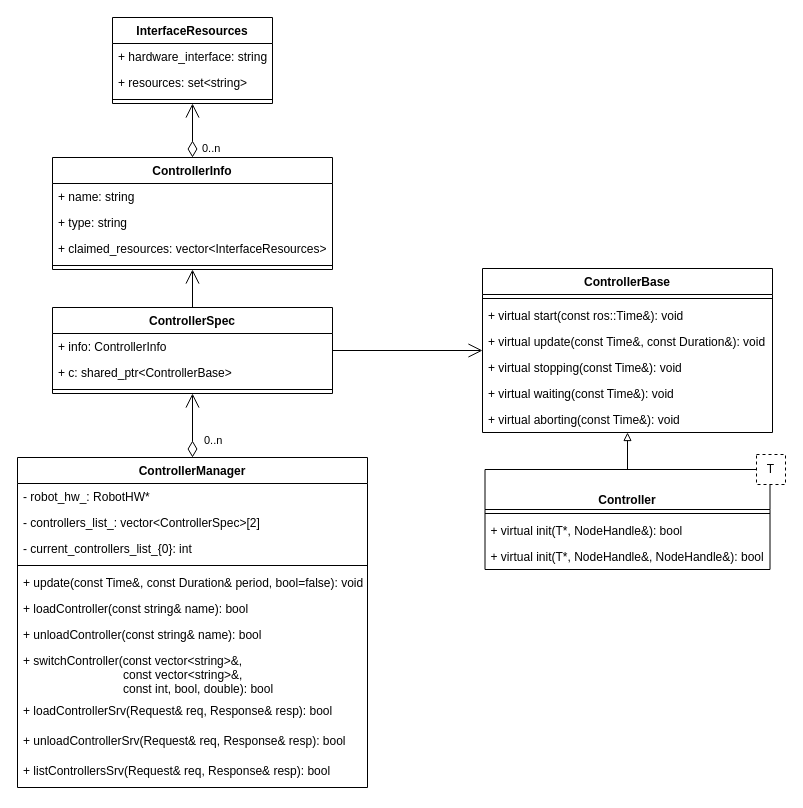
Before: page "Page-2" (2 of 2) of ros_control/ros_control.drawio in hitgavin/diagrams, a draw.io diagram. Source tidied: cells renumbered, new cells numbered last; positions are measured from the earlier drawing's top-left corner, leaving out a move shared by most shapes. Both pictures are drawn from the tidied source at 100%, with x=0, y=0 at pixel (17, 17).
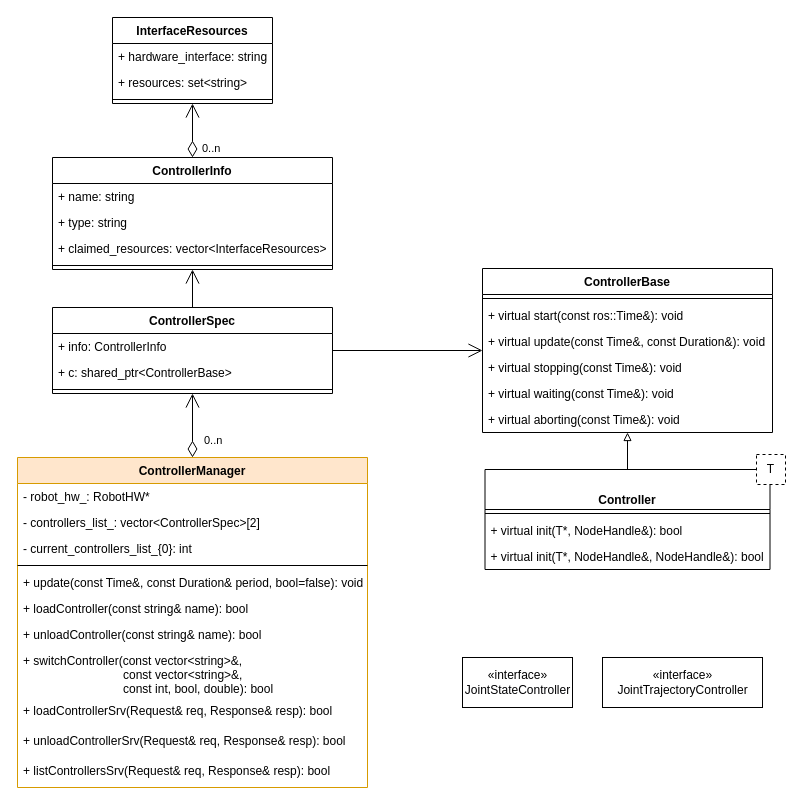
Above is the later version.

Diff of the diagram source:
```diff
@@
-    <mxCell id="25" value="ControllerManager" style="swimlane;fontStyle=1;align=center;verticalAlign=top;horizontal=1;startSize=26;" parent="1" vertex="1">
+    <mxCell id="25" value="ControllerManager" style="swimlane;fontStyle=1;align=center;verticalAlign=top;horizontal=1;startSize=26;fillColor=#ffe6cc;strokeColor=#d79b00;" parent="1" vertex="1">
       <mxGeometry y="440" width="350" height="330" as="geometry" />
     </mxCell>
@@
+    <mxCell id="46" value="«interface»&lt;br&gt;&lt;span style=&quot;background-color: rgb(255 , 255 , 255)&quot;&gt;&lt;font color=&quot;#010103&quot;&gt;JointStateController&lt;/font&gt;&lt;/span&gt;" style="html=1;" parent="1" vertex="1">
+      <mxGeometry x="445" y="640" width="110" height="50" as="geometry" />
+    </mxCell>
+    <mxCell id="47" value="«interface»&lt;br&gt;&lt;span style=&quot;background-color: rgb(255 , 255 , 255)&quot;&gt;JointTrajectoryController&lt;/span&gt;" style="html=1;" parent="1" vertex="1">
+      <mxGeometry x="585" y="640" width="160" height="50" as="geometry" />
+    </mxCell>
```
